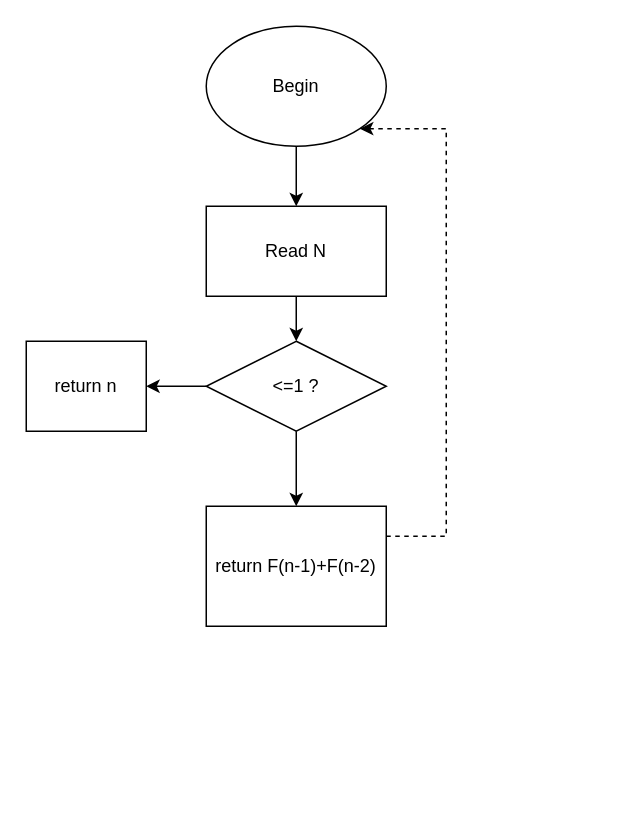
The draw.io diagram page "recursion" (1 of 2) of Fibonacci.drawio in 106210049/OOP_excercise, before the edit. Source tidied: cells renumbered, new cells numbered last; positions are measured from the earlier drawing's top-left corner, leaving out a move shared by most shapes. Both pictures are drawn from the tidied source at 150%, with x=0, y=0 at pixel (26, 26).
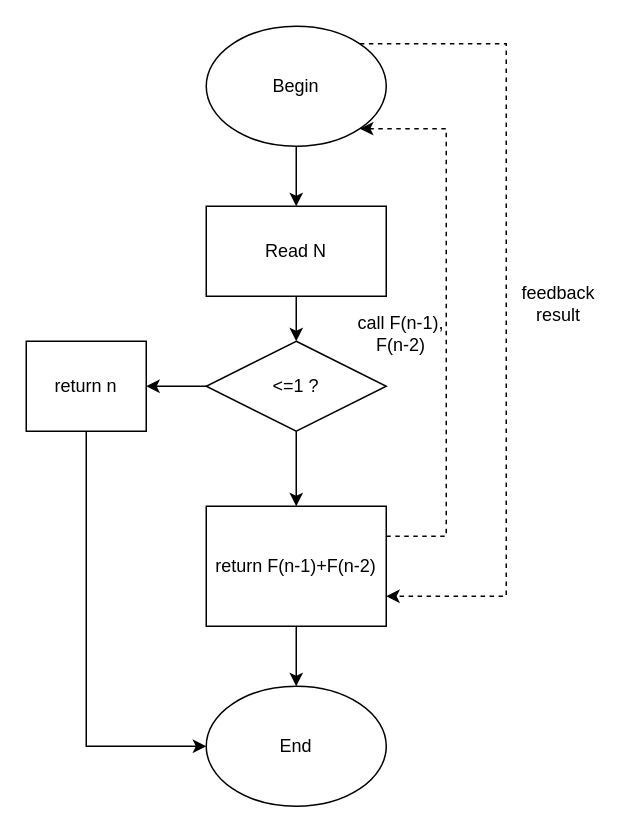
After the change.

Unchanged cells that the change refers to:
```xml
<mxCell id="3" value="Begin" style="ellipse;whiteSpace=wrap;html=1;" parent="1" vertex="1">
  <mxGeometry x="120" width="120" height="80" as="geometry" />
</mxCell>
<mxCell id="9" value="return n" style="rounded=0;whiteSpace=wrap;html=1;" parent="1" vertex="1">
  <mxGeometry y="210" width="80" height="60" as="geometry" />
</mxCell>
<mxCell id="11" value="return F(n-1)+F(n-2)" style="rounded=0;whiteSpace=wrap;html=1;" parent="1" vertex="1">
  <mxGeometry x="120" y="320" width="120" height="80" as="geometry" />
</mxCell>
```

What changed in the source:
```diff
@@
+    <mxCell id="12" style="edgeStyle=orthogonalEdgeStyle;dashed=1;rounded=0;jettySize=auto;html=1;exitX=1;exitY=0;exitDx=0;exitDy=0;entryX=1;entryY=0.75;entryDx=0;entryDy=0;" parent="1" edge="1" source="3" target="11">
+      <mxGeometry relative="1" as="geometry">
+        <Array as="points">
+          <mxPoint x="320" y="12" />
+          <mxPoint x="320" y="380" />
+        </Array>
+      </mxGeometry>
+    </mxCell>
@@
+    <mxCell id="13" style="edgeStyle=orthogonalEdgeStyle;rounded=0;jettySize=auto;html=1;entryX=0;entryY=0.5;entryDx=0;entryDy=0;" parent="1" edge="1" source="9" target="17">
+      <mxGeometry relative="1" as="geometry">
+        <Array as="points">
+          <mxPoint x="40" y="480" />
+        </Array>
+      </mxGeometry>
+    </mxCell>
@@
+    <mxCell id="14" style="edgeStyle=orthogonalEdgeStyle;rounded=0;jettySize=auto;html=1;" parent="1" edge="1" source="11" target="17">
+      <mxGeometry relative="1" as="geometry" />
+    </mxCell>
@@
+    <mxCell id="15" value="feedback result" style="text;strokeColor=none;align=center;fillColor=none;html=1;verticalAlign=middle;whiteSpace=wrap;rounded=0;" parent="1" vertex="1">
+      <mxGeometry x="320" y="170" width="70" height="30" as="geometry" />
+    </mxCell>
+    <mxCell id="16" value="call F(n-1), F(n-2)" style="text;strokeColor=none;align=center;fillColor=none;html=1;verticalAlign=middle;whiteSpace=wrap;rounded=0;" parent="1" vertex="1">
+      <mxGeometry x="220" y="190" width="60" height="30" as="geometry" />
+    </mxCell>
+    <mxCell id="17" value="End" style="ellipse;whiteSpace=wrap;html=1;" parent="1" vertex="1">
+      <mxGeometry x="120" y="440" width="120" height="80" as="geometry" />
+    </mxCell>
```
